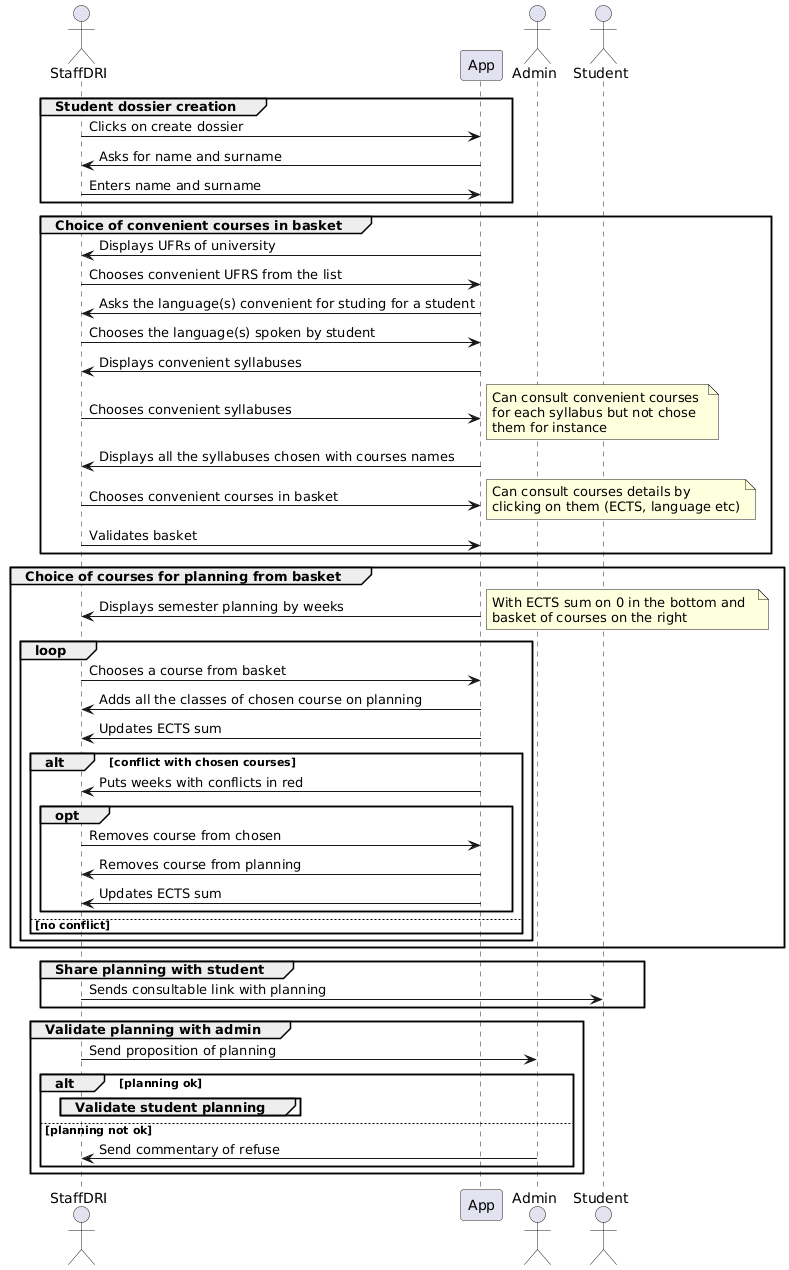
Above: diagrams/sequential_diagrams/staffDRI_sd_details.png in JoshuaDixon23/Hyperplanning (PlantUML), before the change. Its diagram source:
```plantuml
@startuml
actor StaffDRI as s
participant App as a
actor Admin as ad
actor Student as st

group Student dossier creation
    s -> a : Clicks on create dossier
    a -> s : Asks for name and surname
    s -> a : Enters name and surname
end

group Choice of convenient courses in basket
    a -> s : Displays UFRs of university
    s -> a : Chooses convenient UFRS from the list
    a -> s : Asks the language(s) convenient for studing for a student
    s -> a : Chooses the language(s) spoken by student
    a -> s : Displays convenient syllabuses
    s -> a : Chooses convenient syllabuses
    note right
    Can consult convenient courses
    for each syllabus but not chose
    them for instance
    end note
    a -> s : Displays all the syllabuses chosen with courses names
    s -> a : Chooses convenient courses in basket
    note right
    Can consult courses details by
    clicking on them (ECTS, language etc)
    end note
    s -> a : Validates basket
end

group Choice of courses for planning from basket
    a -> s : Displays semester planning by weeks
    note right
    With ECTS sum on 0 in the bottom and
    basket of courses on the right
    end note
    loop
        s -> a:  Chooses a course from basket
        a -> s : Adds all the classes of chosen course on planning
        a -> s : Updates ECTS sum
        alt conflict with chosen courses
            a -> s : Puts weeks with conflicts in red
            opt
                s -> a : Removes course from chosen
                a -> s : Removes course from planning
                a -> s : Updates ECTS sum
            end
        else no conflict
        end

    end
end

group Share planning with student
    s -> st : Sends consultable link with planning
end

group Validate planning with admin
    s -> ad : Send proposition of planning
    alt planning ok
        group Validate student planning
        end
    else planning not ok
        ad -> s : Send commentary of refuse
    end
end
@enduml
```
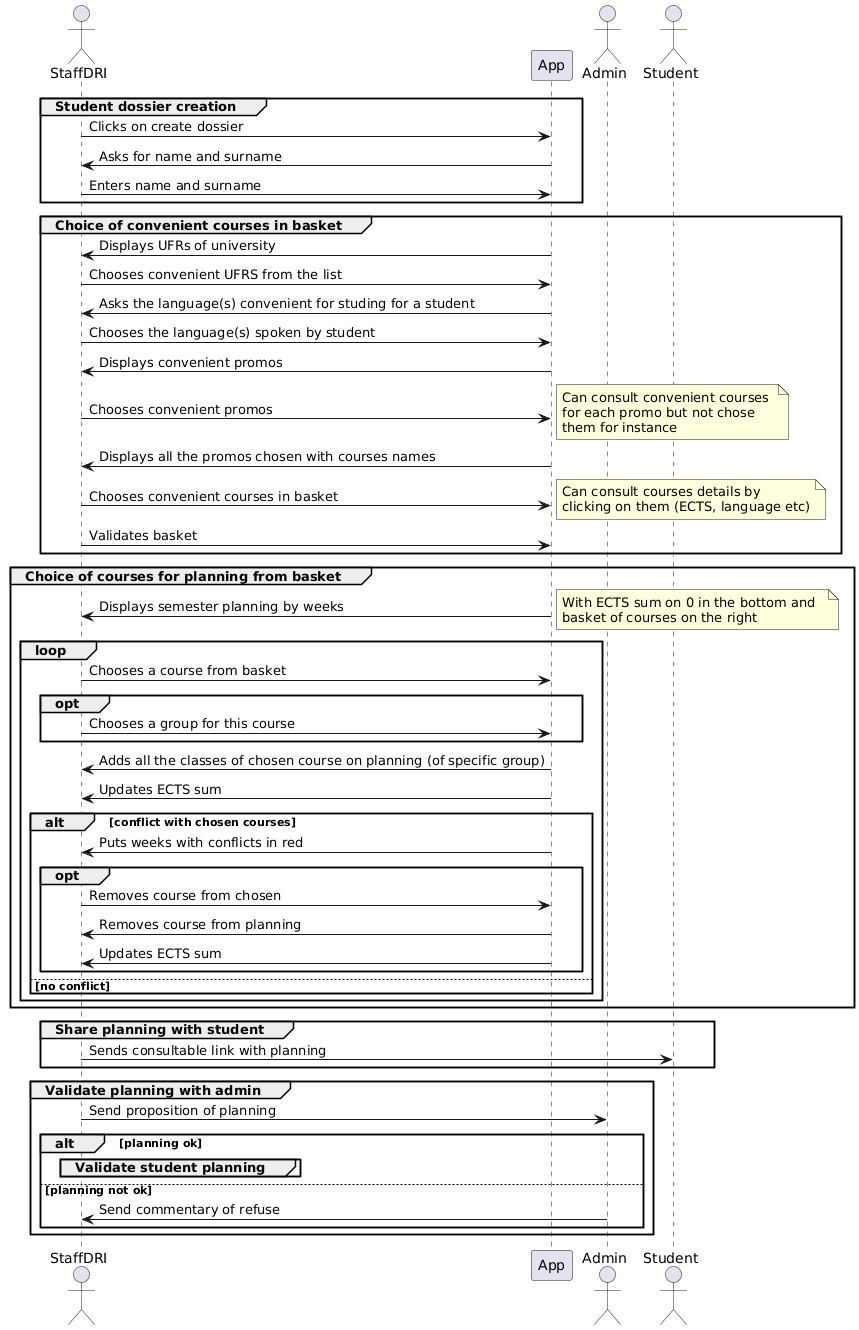
The same file after the commit.

Commit message:
Update staffDRI_sd_details image

The edit, as a diff of the source:
```diff
@@ -15,14 +15,14 @@
     s -> a : Chooses convenient UFRS from the list
     a -> s : Asks the language(s) convenient for studing for a student
     s -> a : Chooses the language(s) spoken by student
-    a -> s : Displays convenient syllabuses
-    s -> a : Chooses convenient syllabuses
+    a -> s : Displays convenient promos
+    s -> a : Chooses convenient promos
     note right
     Can consult convenient courses
-    for each syllabus but not chose
+    for each promo but not chose
     them for instance
     end note
-    a -> s : Displays all the syllabuses chosen with courses names
+    a -> s : Displays all the promos chosen with courses names
     s -> a : Chooses convenient courses in basket
     note right
     Can consult courses details by
@@ -39,7 +39,10 @@
     end note
     loop
         s -> a:  Chooses a course from basket
-        a -> s : Adds all the classes of chosen course on planning
+        opt
+            s -> a: Chooses a group for this course
+        end
+        a -> s : Adds all the classes of chosen course on planning (of specific group)
         a -> s : Updates ECTS sum
         alt conflict with chosen courses
             a -> s : Puts weeks with conflicts in red
```
